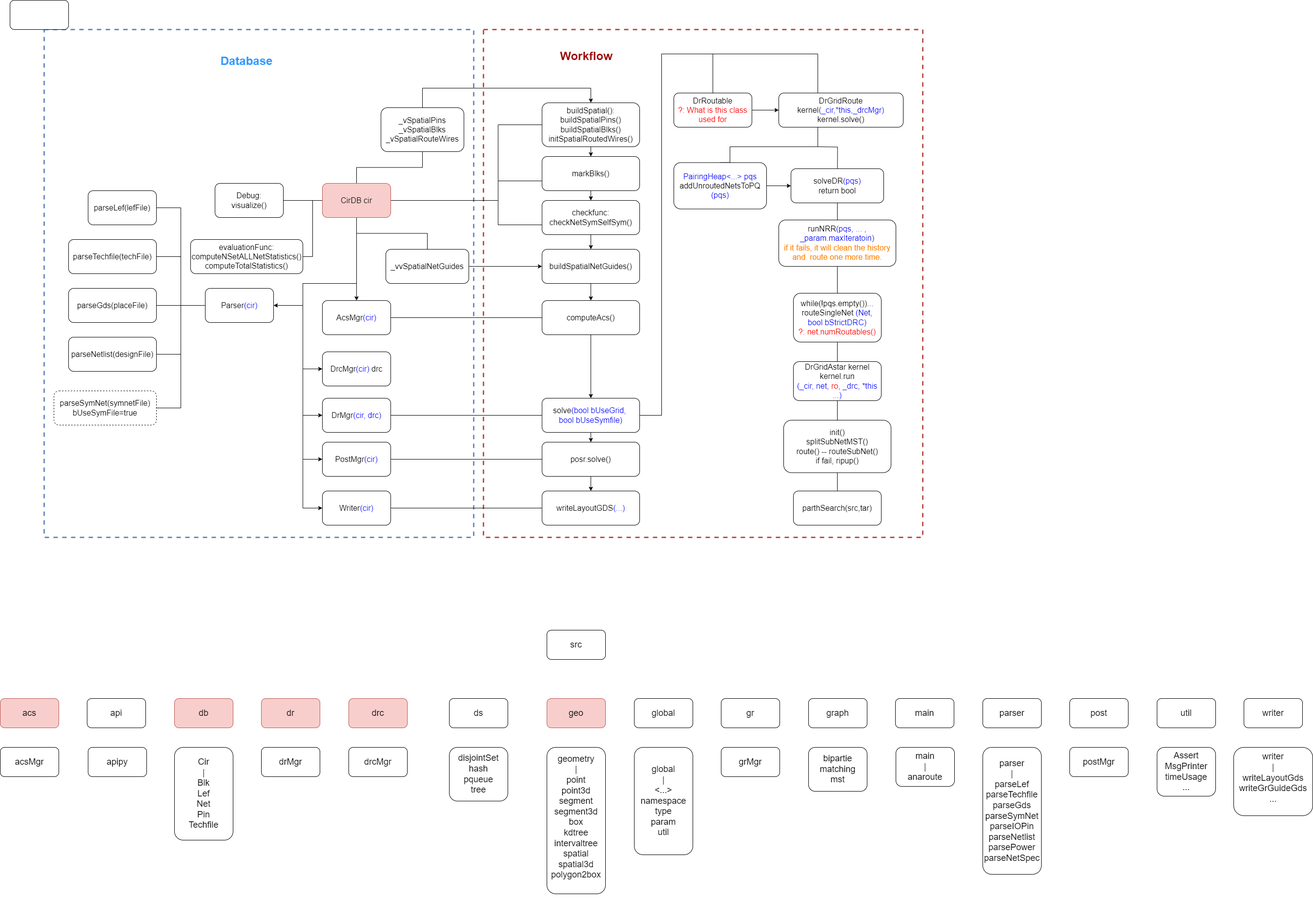
The draw.io diagram anaroute.drawio.png in ajiann/drawio, before a commit. Source tidied: cells renumbered, new cells last; positions are measured from the earlier drawing's top-left corner, leaving out a move shared by most shapes.
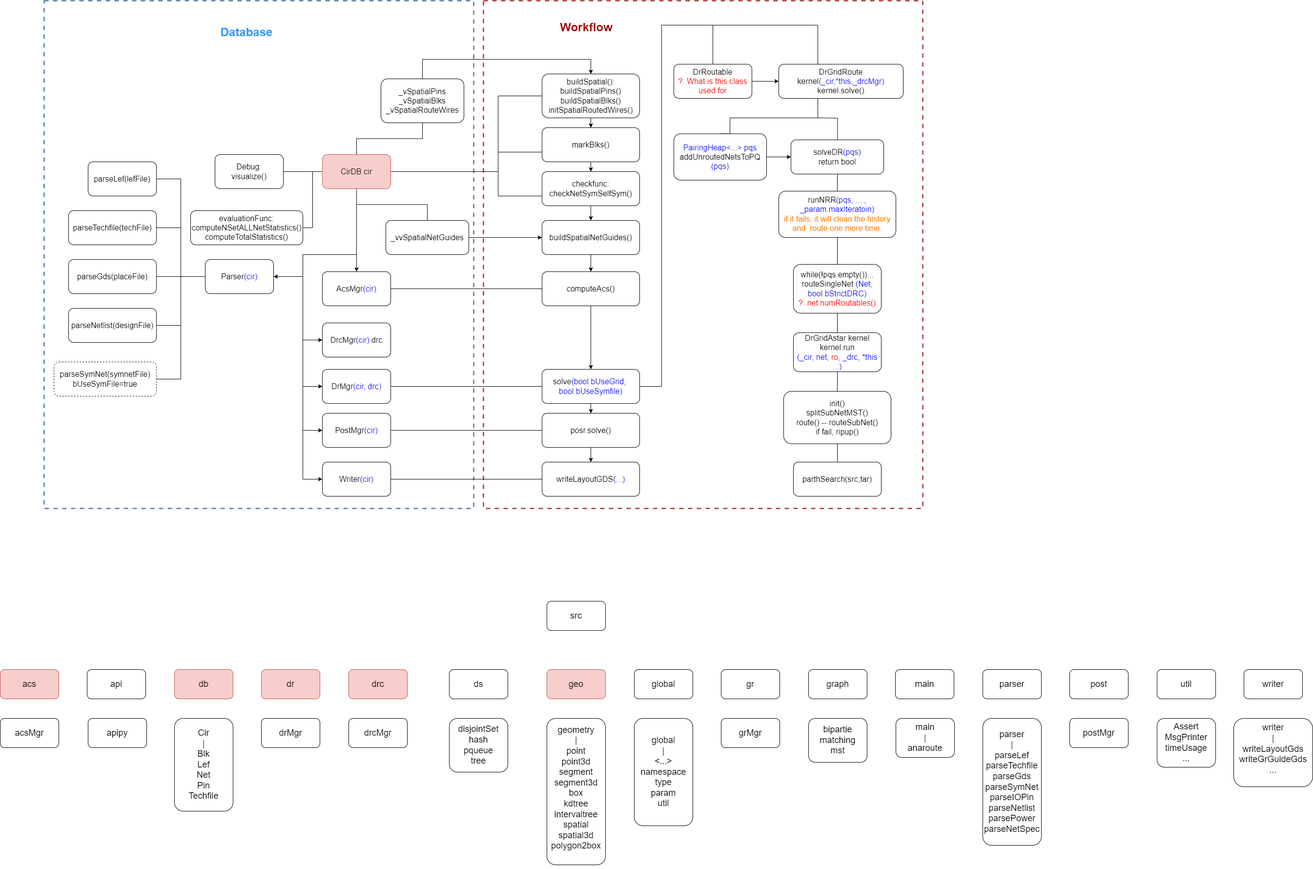
The same file after the commit.

Change to the diagram source:
```diff
@@ -403,8 +403,5 @@
     <mxCell id="111" value="&lt;font style=&quot;font-size: 18px;&quot;&gt;writer&lt;/font&gt;&lt;div&gt;&lt;font style=&quot;font-size: 18px;&quot;&gt;|&lt;/font&gt;&lt;/div&gt;&lt;div&gt;&lt;font style=&quot;font-size: 18px;&quot;&gt;writeLayoutGds&lt;/font&gt;&lt;/div&gt;&lt;div&gt;&lt;font style=&quot;font-size: 18px;&quot;&gt;writeGrGuideGds&lt;/font&gt;&lt;/div&gt;&lt;div&gt;&lt;span style=&quot;font-size: 18px;&quot;&gt;...&lt;/span&gt;&lt;/div&gt;&lt;div&gt;&lt;br&gt;&lt;/div&gt;" style="rounded=1;whiteSpace=wrap;html=1;" parent="1" vertex="1">
       <mxGeometry x="2527" y="1530" width="162" height="140" as="geometry" />
     </mxCell>
-    <mxCell id="112" style="rounded=1;whiteSpace=wrap;html=1;" parent="1" vertex="1">
-      <mxGeometry x="20" width="120" height="60" as="geometry" />
-    </mxCell>
   </root>
 </mxGraphModel>
```
